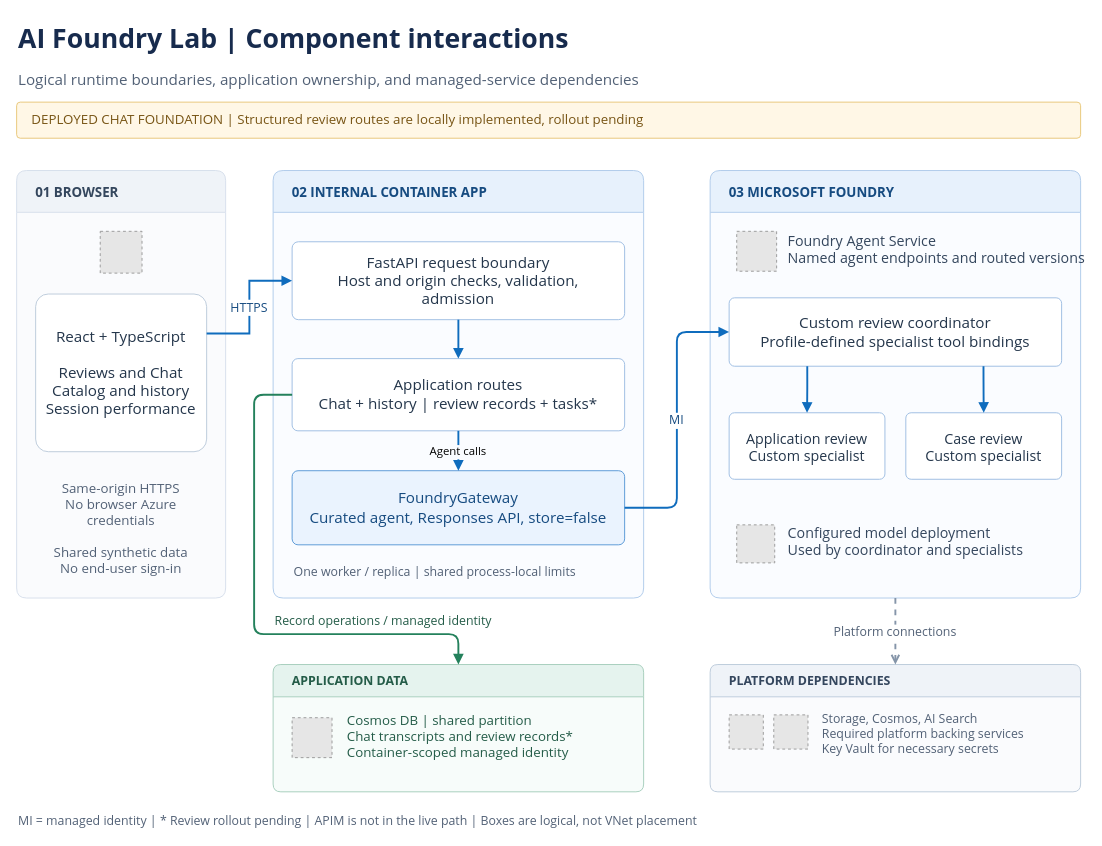
Above: docs/images/lab-components.drawio in michael-rechani/foundry-agent-accelerator (draw.io), before the change. Source tidied: cells renumbered, new cells numbered last; positions are measured from the earlier drawing's top-left corner, leaving out a move shared by most shapes. Both pictures are drawn from the tidied source at 95%, with x=0, y=0 at pixel (16, 16). Pictures stored in the file or linked from it are replaced by grey dashed boxes.
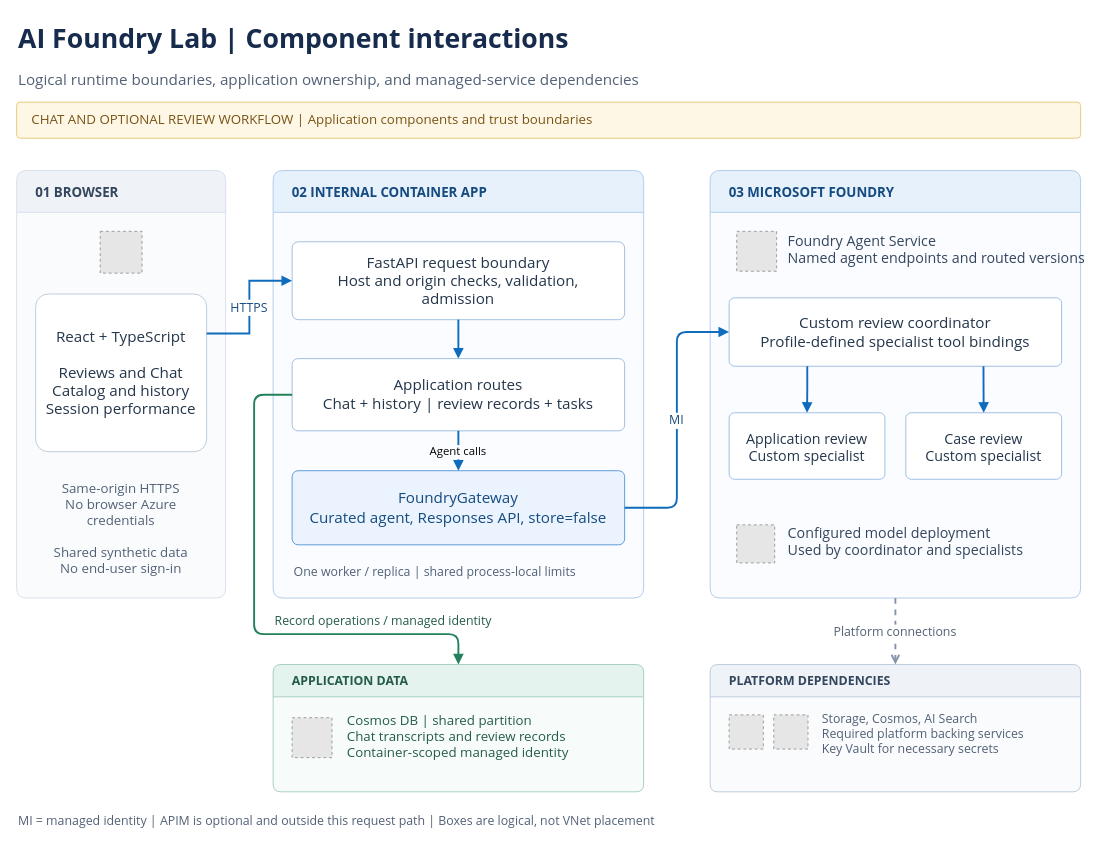
After the change.

The edit, as a diff of the source:
```diff
@@
-    <mxCell id="4" value="DEPLOYED CHAT FOUNDATION  |  Structured review routes are locally implemented, rollout pending" style="rounded=1;arcSize=10;whiteSpace=wrap;html=0;align=left;spacingLeft=14;fillColor=#FFF7E6;strokeColor=#E8C779;fontFamily=Segoe UI;fontSize=14;fontColor=#775414;" parent="1" vertex="1">
+    <mxCell id="4" value="CHAT AND OPTIONAL REVIEW WORKFLOW  |  Application components and trust boundaries" style="rounded=1;arcSize=10;whiteSpace=wrap;html=0;align=left;spacingLeft=14;fillColor=#FFF7E6;strokeColor=#E8C779;fontFamily=Segoe UI;fontSize=14;fontColor=#775414;" parent="1" vertex="1">
       <mxGeometry y="90" width="1120" height="38" as="geometry" />
     </mxCell>
@@
-    <mxCell id="12" value="Application routes&#10;Chat + history | review records + tasks*" style="rounded=1;arcSize=8;whiteSpace=wrap;html=0;fillColor=#FFFFFF;strokeColor=#9DBDE2;fontFamily=Segoe UI;fontSize=16;fontColor=#24364B;spacing=12;" parent="1" vertex="1">
+    <mxCell id="12" value="Application routes&#10;Chat + history | review records + tasks" style="rounded=1;arcSize=8;whiteSpace=wrap;html=0;fillColor=#FFFFFF;strokeColor=#9DBDE2;fontFamily=Segoe UI;fontSize=16;fontColor=#24364B;spacing=12;" parent="1" vertex="1">
       <mxGeometry x="290" y="360" width="350" height="76" as="geometry" />
     </mxCell>
@@
-    <mxCell id="24" value="Cosmos DB | shared partition&#10;Chat transcripts and review records*&#10;Container-scoped managed identity" style="text;html=0;align=left;fontFamily=Segoe UI;fontSize=14;fontColor=#245C48;" parent="1" vertex="1">
+    <mxCell id="24" value="Cosmos DB | shared partition&#10;Chat transcripts and review records&#10;Container-scoped managed identity" style="text;html=0;align=left;fontFamily=Segoe UI;fontSize=14;fontColor=#245C48;" parent="1" vertex="1">
       <mxGeometry x="346" y="726" width="294" height="76" as="geometry" />
     </mxCell>
@@
-    <mxCell id="38" value="MI = managed identity   |   * Review rollout pending   |   APIM is not in the live path   |   Boxes are logical, not VNet placement" style="text;html=0;align=left;fontFamily=Segoe UI;fontSize=13;fontColor=#526176;" parent="1" vertex="1">
+    <mxCell id="38" value="MI = managed identity   |   APIM is optional and outside this request path   |   Boxes are logical, not VNet placement" style="text;html=0;align=left;fontFamily=Segoe UI;fontSize=13;fontColor=#526176;" parent="1" vertex="1">
       <mxGeometry y="832" width="1120" height="24" as="geometry" />
     </mxCell>
```
